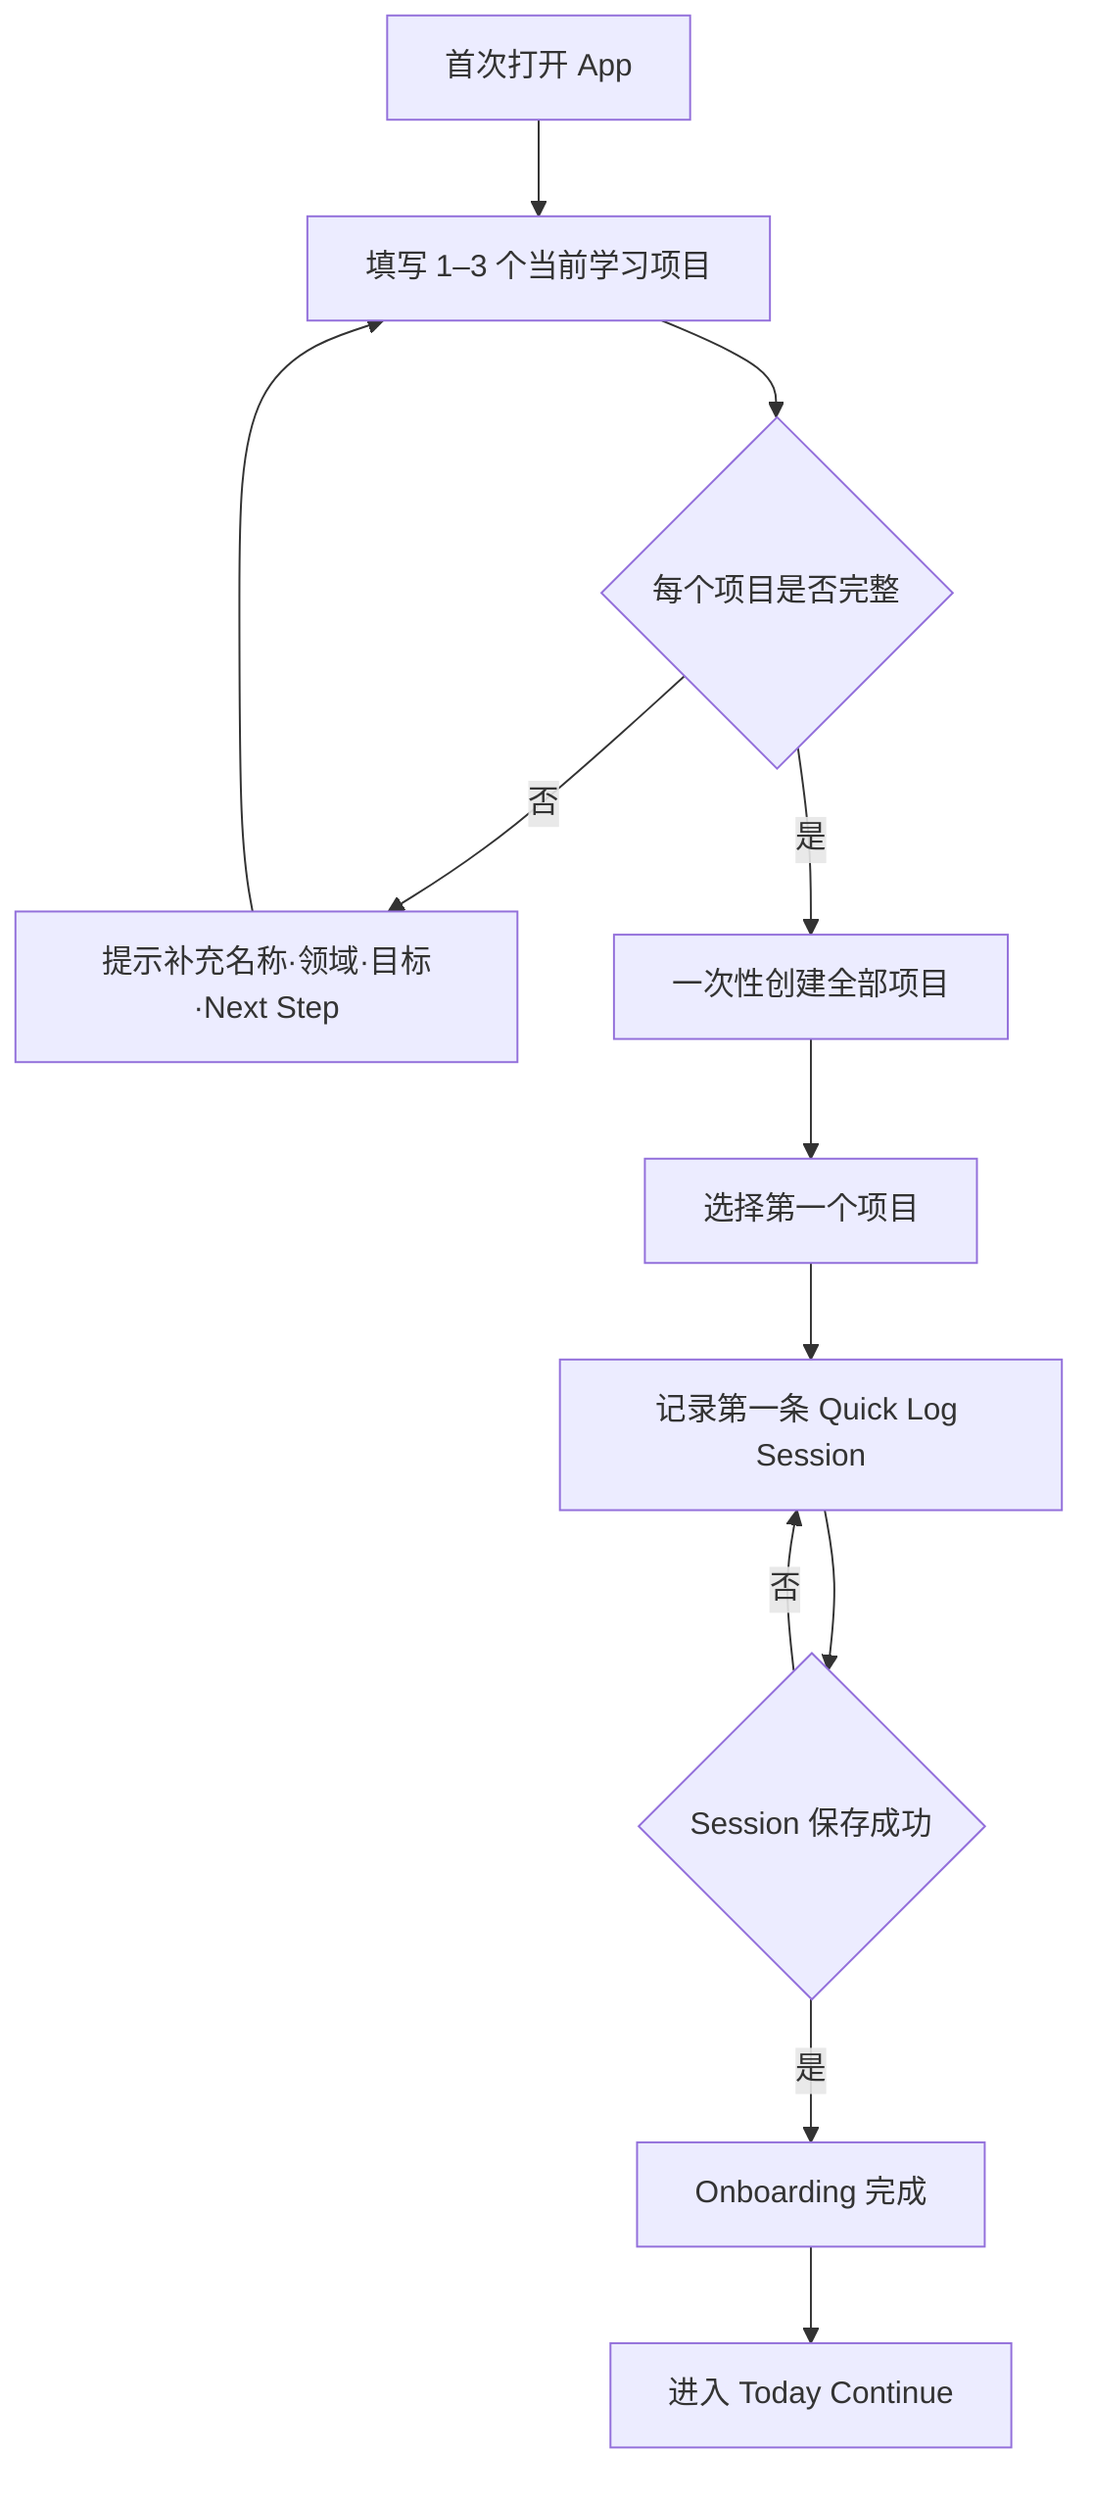
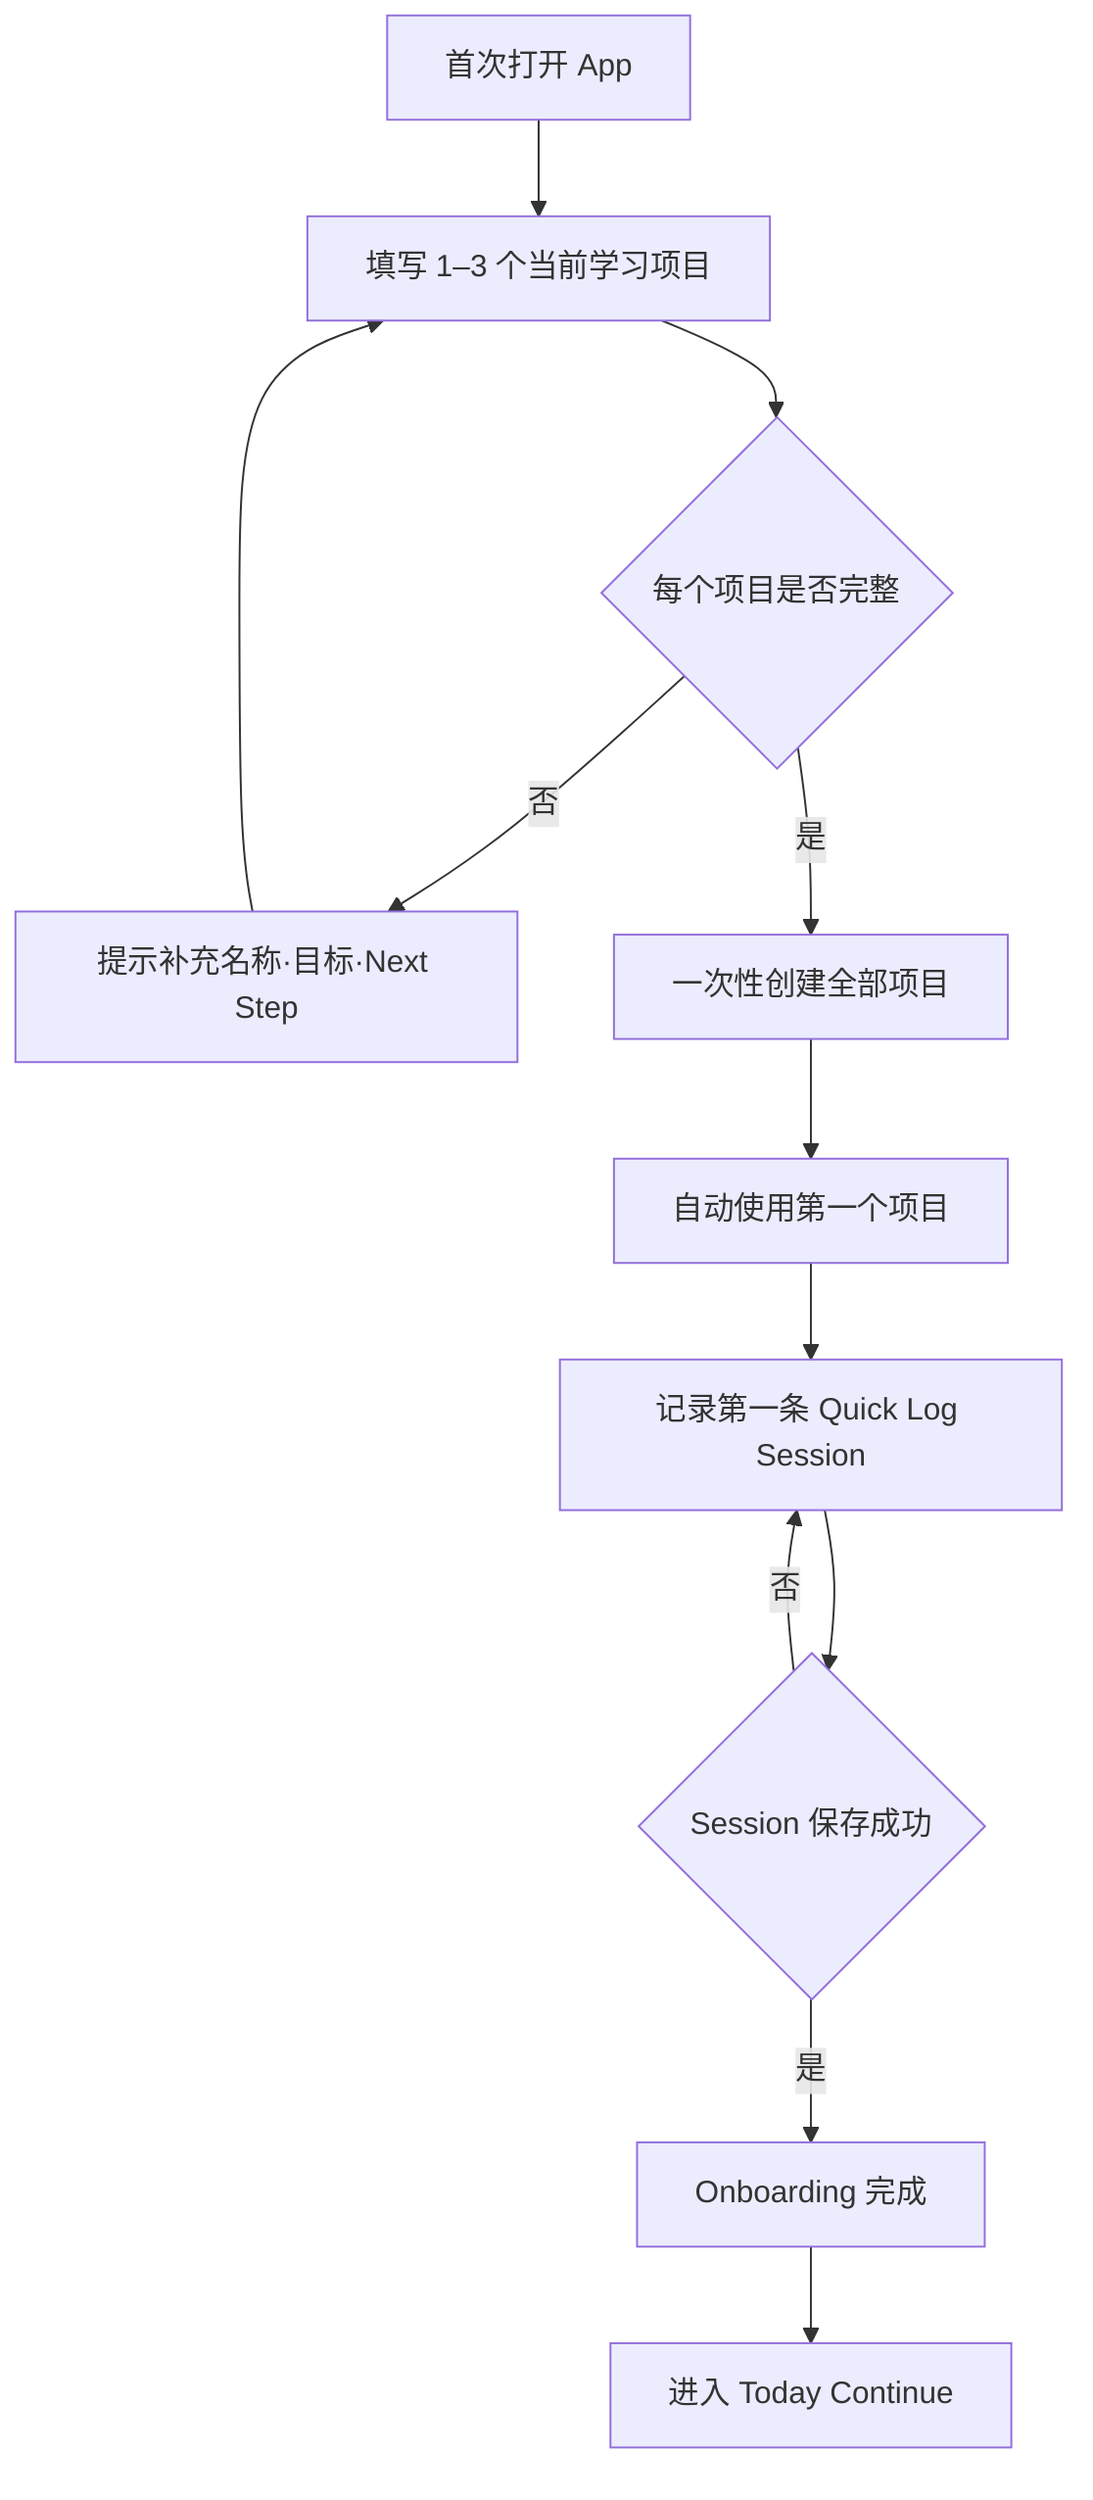
flowchart TD
  A[首次打开 App] --> B[填写 1–3 个当前学习项目]
  B --> C{每个项目是否完整}
-   C -->|否| D[提示补充名称·领域·目标·Next Step]
+   C -->|否| D[提示补充名称·目标·Next Step]
  D --> B
  C -->|是| E[一次性创建全部项目]
-   E --> F[选择第一个项目]
+   E --> F[自动使用第一个项目]
  F --> G[记录第一条 Quick Log Session]
  G --> H{Session 保存成功}
  H -->|否| G
  H -->|是| I[Onboarding 完成]
  I --> J[进入 Today Continue]
